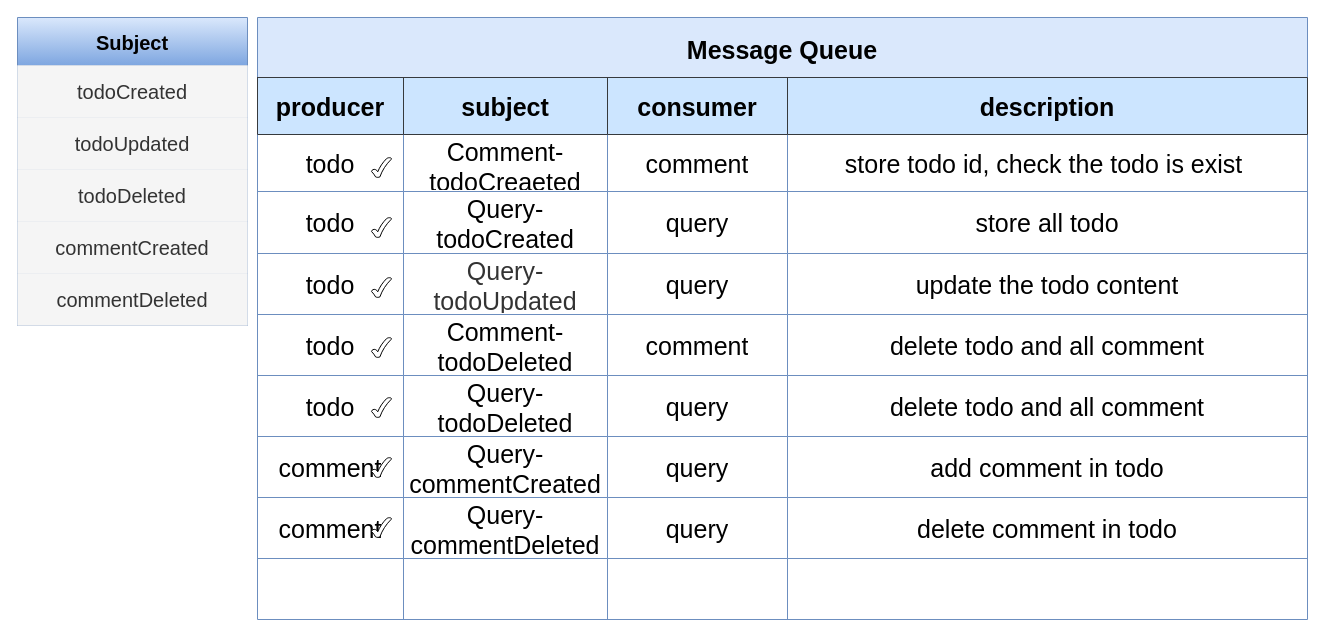
This is page "第3頁" (3 of 3) of Untitled Diagram.drawio from fan0223/TaskTracker, a draw.io file, before an edit. Source tidied: cells renumbered, new cells numbered last; positions are measured from the earlier drawing's top-left corner, leaving out a move shared by most shapes. Both pictures are drawn from the tidied source at 100%, with x=0, y=0 at pixel (17, 17).
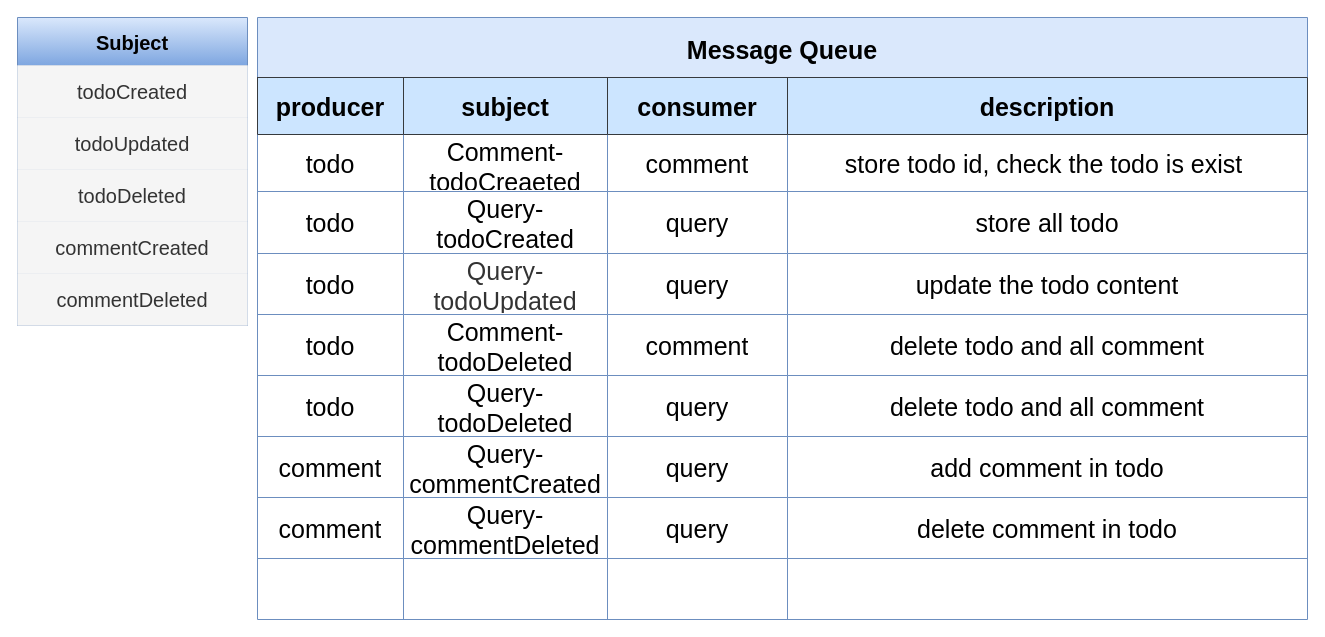
The same diagram, later.

The edit, as a diff of the source:
```diff
@@
-    <mxCell id="59" style="verticalLabelPosition=bottom;verticalAlign=top;html=1;shape=mxgraph.basic.tick;" parent="1" vertex="1">
-      <mxGeometry x="354" y="140" width="20" height="20" as="geometry" />
-    </mxCell>
-    <mxCell id="60" style="verticalLabelPosition=bottom;verticalAlign=top;html=1;shape=mxgraph.basic.tick;" parent="1" vertex="1">
-      <mxGeometry x="354" y="200" width="20" height="20" as="geometry" />
-    </mxCell>
-    <mxCell id="61" style="verticalLabelPosition=bottom;verticalAlign=top;html=1;shape=mxgraph.basic.tick;" parent="1" vertex="1">
-      <mxGeometry x="354" y="260" width="20" height="20" as="geometry" />
-    </mxCell>
-    <mxCell id="62" style="verticalLabelPosition=bottom;verticalAlign=top;html=1;shape=mxgraph.basic.tick;" parent="1" vertex="1">
-      <mxGeometry x="354" y="320" width="20" height="20" as="geometry" />
-    </mxCell>
-    <mxCell id="63" style="verticalLabelPosition=bottom;verticalAlign=top;html=1;shape=mxgraph.basic.tick;" parent="1" vertex="1">
-      <mxGeometry x="354" y="380" width="20" height="20" as="geometry" />
-    </mxCell>
-    <mxCell id="64" style="verticalLabelPosition=bottom;verticalAlign=top;html=1;shape=mxgraph.basic.tick;" parent="1" vertex="1">
-      <mxGeometry x="354" y="440" width="20" height="20" as="geometry" />
-    </mxCell>
-    <mxCell id="65" style="verticalLabelPosition=bottom;verticalAlign=top;html=1;shape=mxgraph.basic.tick;" parent="1" vertex="1">
-      <mxGeometry x="354" y="500" width="20" height="20" as="geometry" />
-    </mxCell>
```
